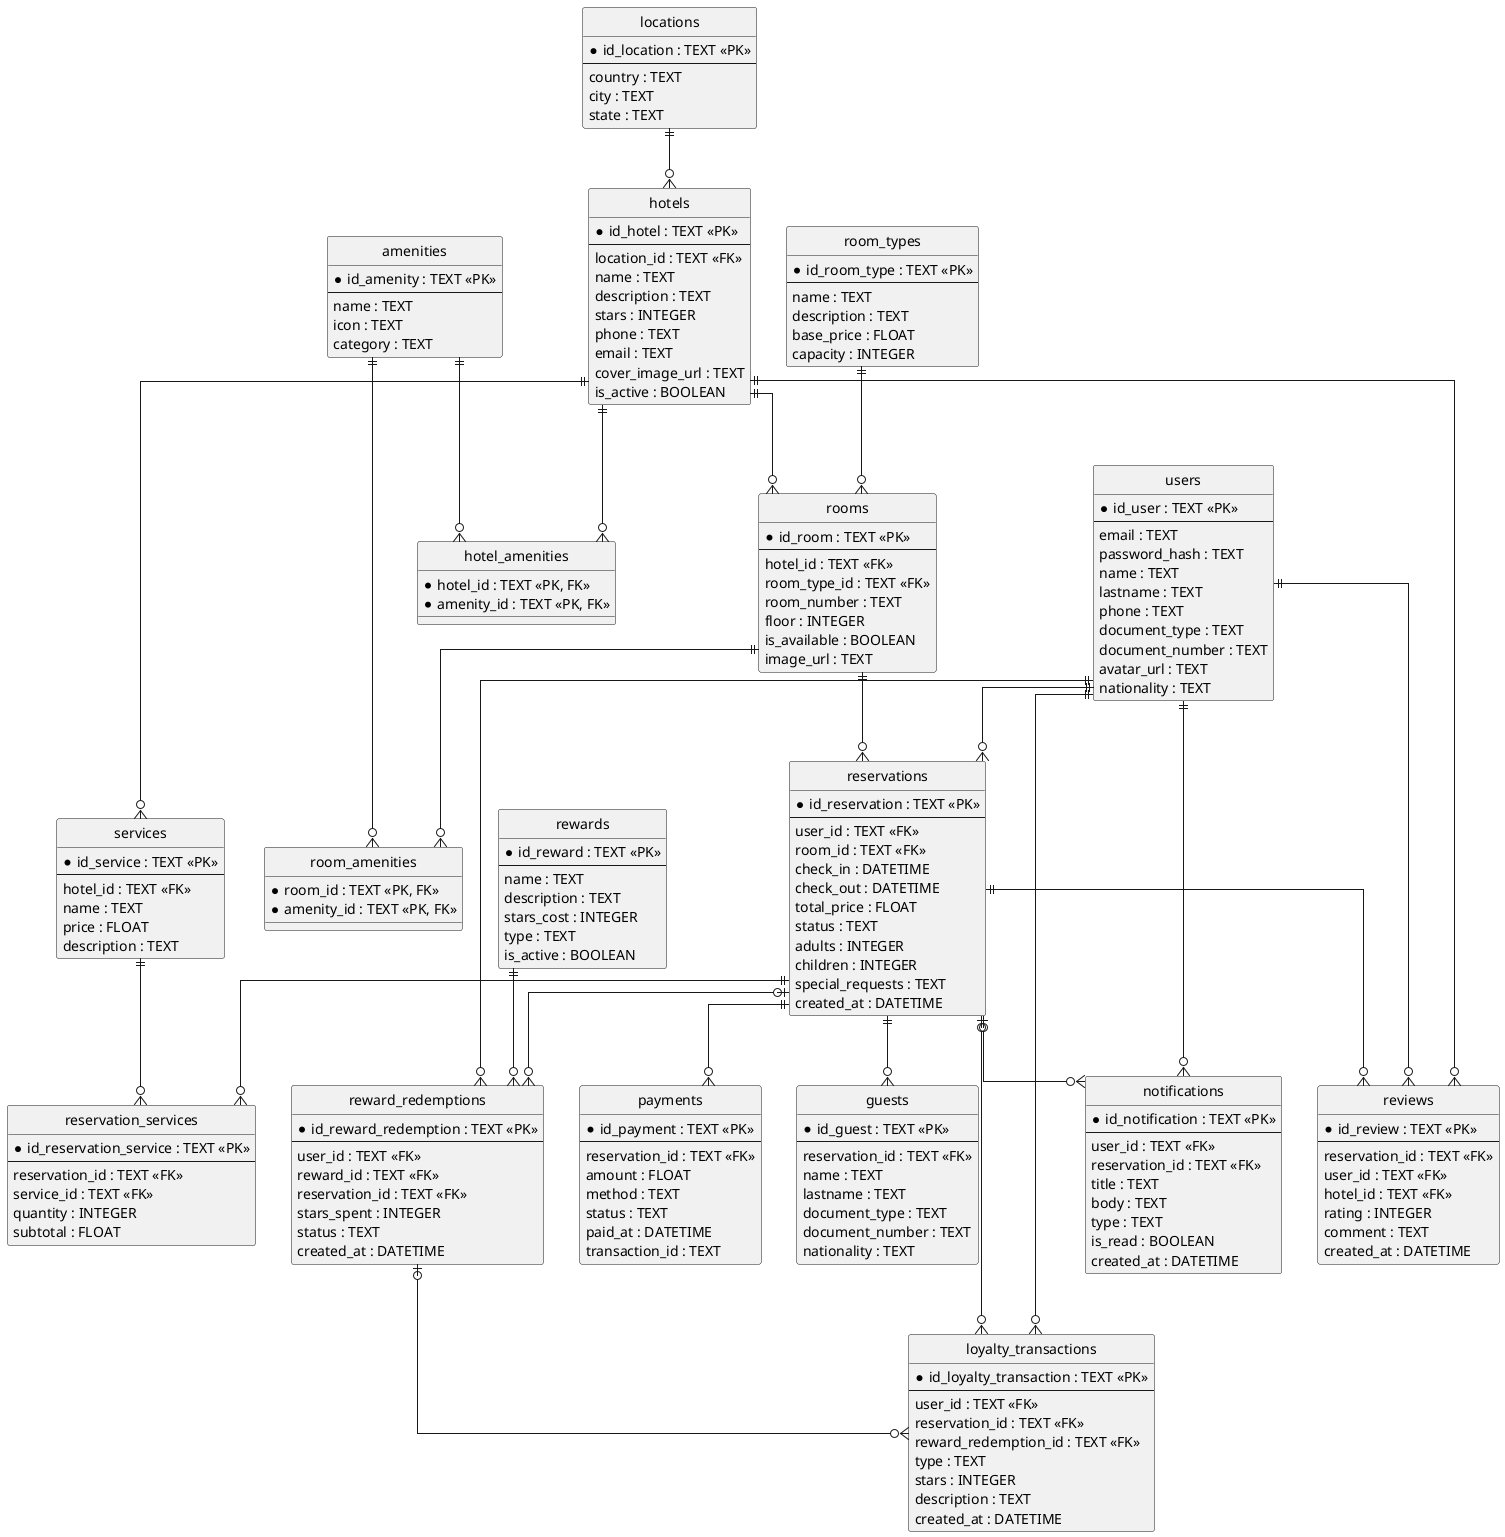
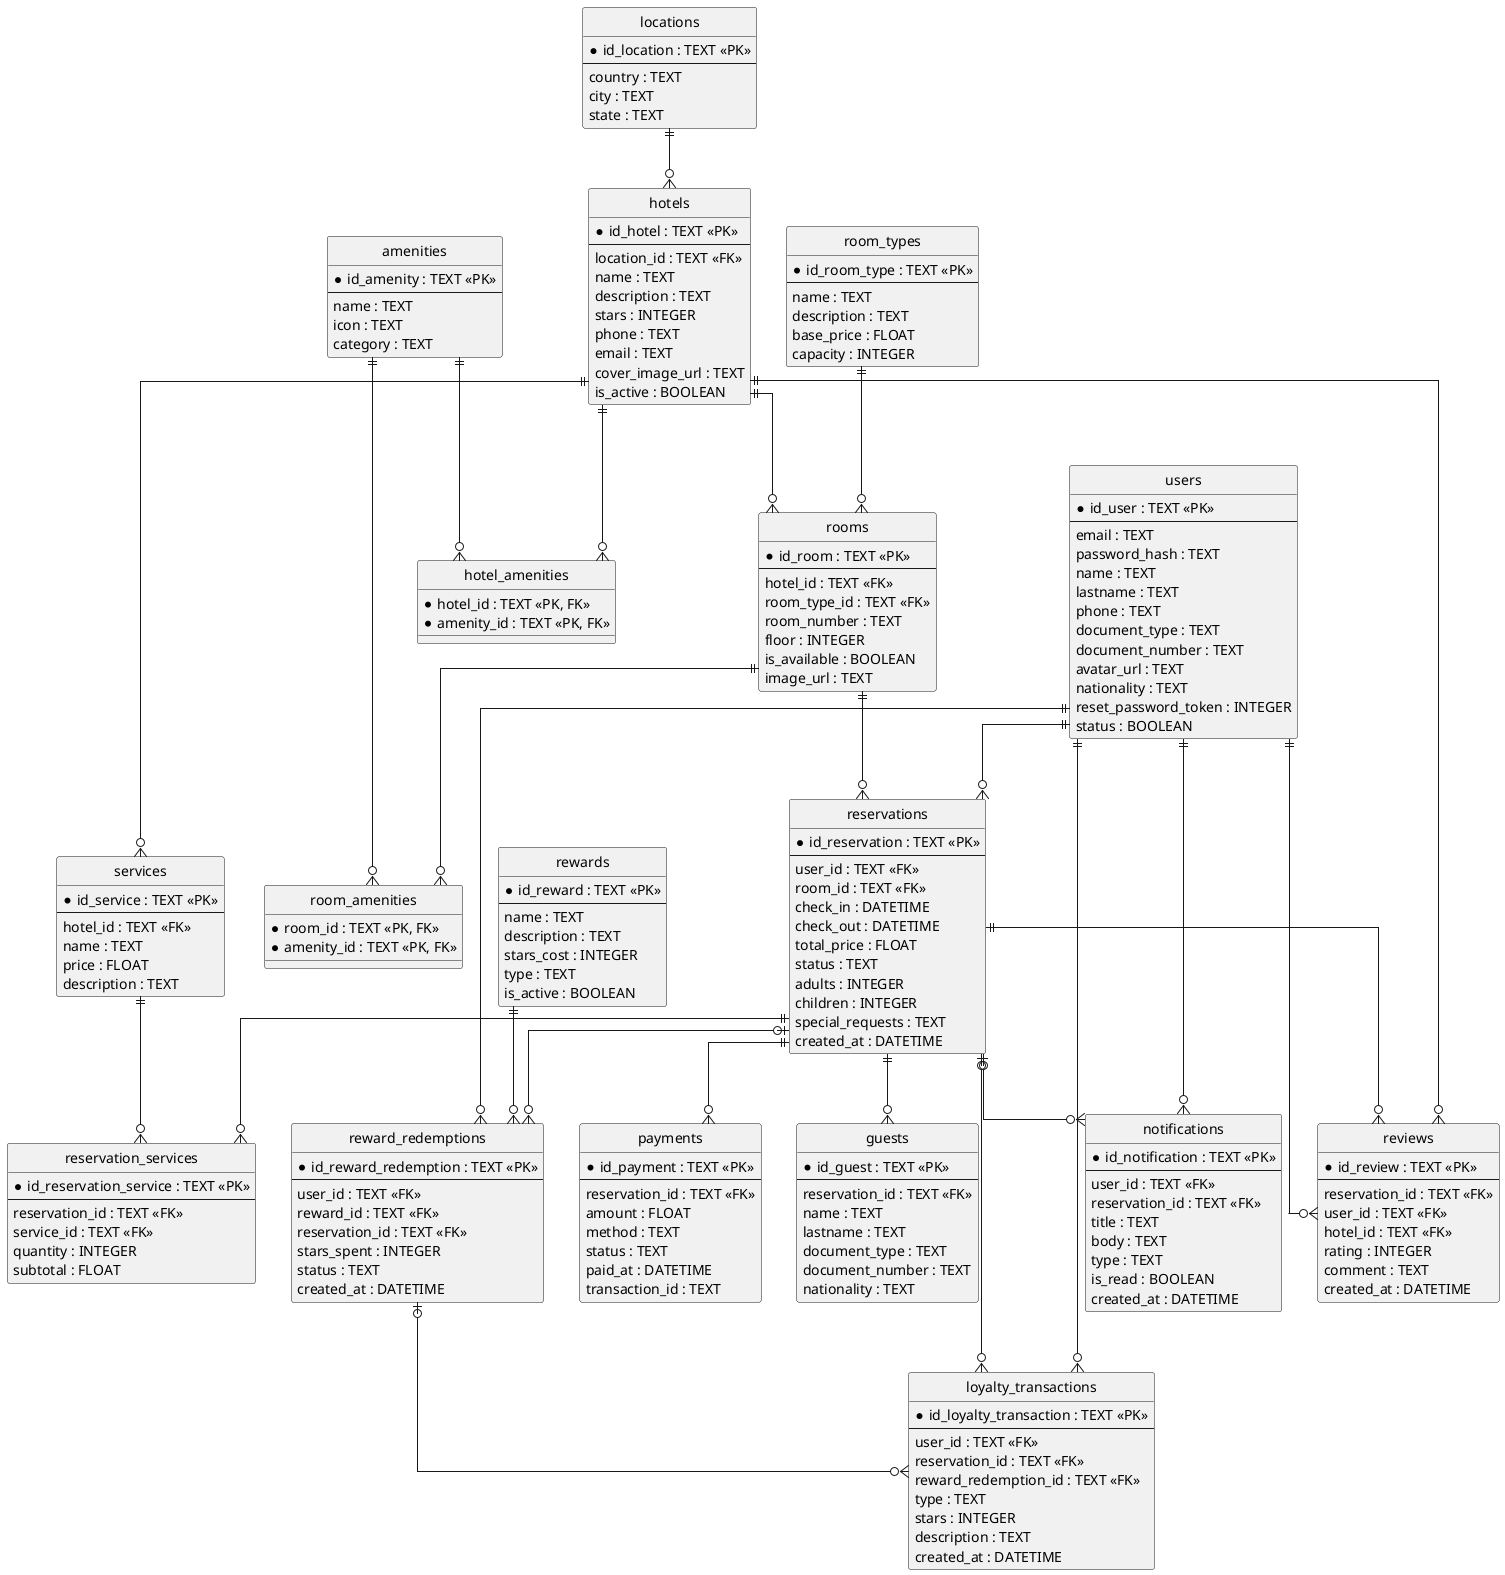
@startuml
'!theme plain
hide circle
skinparam linetype ortho

entity "locations" as Locations {
  * id_location : TEXT <<PK>>
  --
  country : TEXT
  city : TEXT
  state : TEXT
}

entity "hotels" as Hotels {
  * id_hotel : TEXT <<PK>>
  --
  location_id : TEXT <<FK>>
  name : TEXT
  description : TEXT
  stars : INTEGER
  phone : TEXT
  email : TEXT
  cover_image_url : TEXT
  is_active : BOOLEAN
}

entity "room_types" as RoomTypes {
  * id_room_type : TEXT <<PK>>
  --
  name : TEXT
  description : TEXT
  base_price : FLOAT
  capacity : INTEGER
}

entity "rooms" as Rooms {
  * id_room : TEXT <<PK>>
  --
  hotel_id : TEXT <<FK>>
  room_type_id : TEXT <<FK>>
  room_number : TEXT
  floor : INTEGER
  is_available : BOOLEAN
  image_url : TEXT
}

entity "users" as Users {
  * id_user : TEXT <<PK>>
  --
  email : TEXT
  password_hash : TEXT
  name : TEXT
  lastname : TEXT
  phone : TEXT
  document_type : TEXT
  document_number : TEXT
  avatar_url : TEXT
  nationality : TEXT
+   reset_password_token : INTEGER
+   status : BOOLEAN
}

entity "guests" as Guests {
  * id_guest : TEXT <<PK>>
  --
  reservation_id : TEXT <<FK>>
  name : TEXT
  lastname : TEXT
  document_type : TEXT
  document_number : TEXT
  nationality : TEXT
}

entity "reservations" as Reservations {
  * id_reservation : TEXT <<PK>>
  --
  user_id : TEXT <<FK>>
  room_id : TEXT <<FK>>
  check_in : DATETIME
  check_out : DATETIME
  total_price : FLOAT
  status : TEXT
  adults : INTEGER
  children : INTEGER
  special_requests : TEXT
  created_at : DATETIME
}

entity "payments" as Payments {
  * id_payment : TEXT <<PK>>
  --
  reservation_id : TEXT <<FK>>
  amount : FLOAT
  method : TEXT
  status : TEXT
  paid_at : DATETIME
  transaction_id : TEXT
}

entity "amenities" as Amenities {
  * id_amenity : TEXT <<PK>>
  --
  name : TEXT
  icon : TEXT
  category : TEXT
}

entity "hotel_amenities" as HotelAmenities {
  * hotel_id : TEXT <<PK, FK>>
  * amenity_id : TEXT <<PK, FK>>
}

entity "room_amenities" as RoomAmenities {
  * room_id : TEXT <<PK, FK>>
  * amenity_id : TEXT <<PK, FK>>
}

entity "services" as Services {
  * id_service : TEXT <<PK>>
  --
  hotel_id : TEXT <<FK>>
  name : TEXT
  price : FLOAT
  description : TEXT
}

entity "reservation_services" as ReservationServices {
  * id_reservation_service : TEXT <<PK>>
  --
  reservation_id : TEXT <<FK>>
  service_id : TEXT <<FK>>
  quantity : INTEGER
  subtotal : FLOAT
}

entity "loyalty_transactions" as LoyaltyTransactions {
  * id_loyalty_transaction : TEXT <<PK>>
  --
  user_id : TEXT <<FK>>
  reservation_id : TEXT <<FK>>
  reward_redemption_id : TEXT <<FK>>
  type : TEXT
  stars : INTEGER
  description : TEXT
  created_at : DATETIME
}

entity "rewards" as Rewards {
  * id_reward : TEXT <<PK>>
  --
  name : TEXT
  description : TEXT
  stars_cost : INTEGER
  type : TEXT
  is_active : BOOLEAN
}

entity "reward_redemptions" as RewardRedemptions {
  * id_reward_redemption : TEXT <<PK>>
  --
  user_id : TEXT <<FK>>
  reward_id : TEXT <<FK>>
  reservation_id : TEXT <<FK>>
  stars_spent : INTEGER
  status : TEXT
  created_at : DATETIME
}

entity "reviews" as Reviews {
  * id_review : TEXT <<PK>>
  --
  reservation_id : TEXT <<FK>>
  user_id : TEXT <<FK>>
  hotel_id : TEXT <<FK>>
  rating : INTEGER
  comment : TEXT
  created_at : DATETIME
}

entity "notifications" as Notifications {
  * id_notification : TEXT <<PK>>
  --
  user_id : TEXT <<FK>>
  reservation_id : TEXT <<FK>>
  title : TEXT
  body : TEXT
  type : TEXT
  is_read : BOOLEAN
  created_at : DATETIME
}

' --- RELACIONES ---
Locations ||--o{ Hotels
Hotels ||--o{ Rooms
RoomTypes ||--o{ Rooms
Users ||--o{ Reservations
Rooms ||--o{ Reservations
Reservations ||--o{ Guests
Reservations ||--o{ Payments
Reservations ||--o{ ReservationServices
Services ||--o{ ReservationServices
Hotels ||--o{ Services
Hotels ||--o{ HotelAmenities
Amenities ||--o{ HotelAmenities
Rooms ||--o{ RoomAmenities
Amenities ||--o{ RoomAmenities
Users ||--o{ LoyaltyTransactions
Reservations |o--o{ LoyaltyTransactions
RewardRedemptions |o--o{ LoyaltyTransactions
Users ||--o{ RewardRedemptions
Rewards ||--o{ RewardRedemptions
Reservations |o--o{ RewardRedemptions
Reservations ||--o{ Reviews
Users ||--o{ Reviews
Hotels ||--o{ Reviews
Users ||--o{ Notifications
Reservations |o--o{ Notifications

@enduml